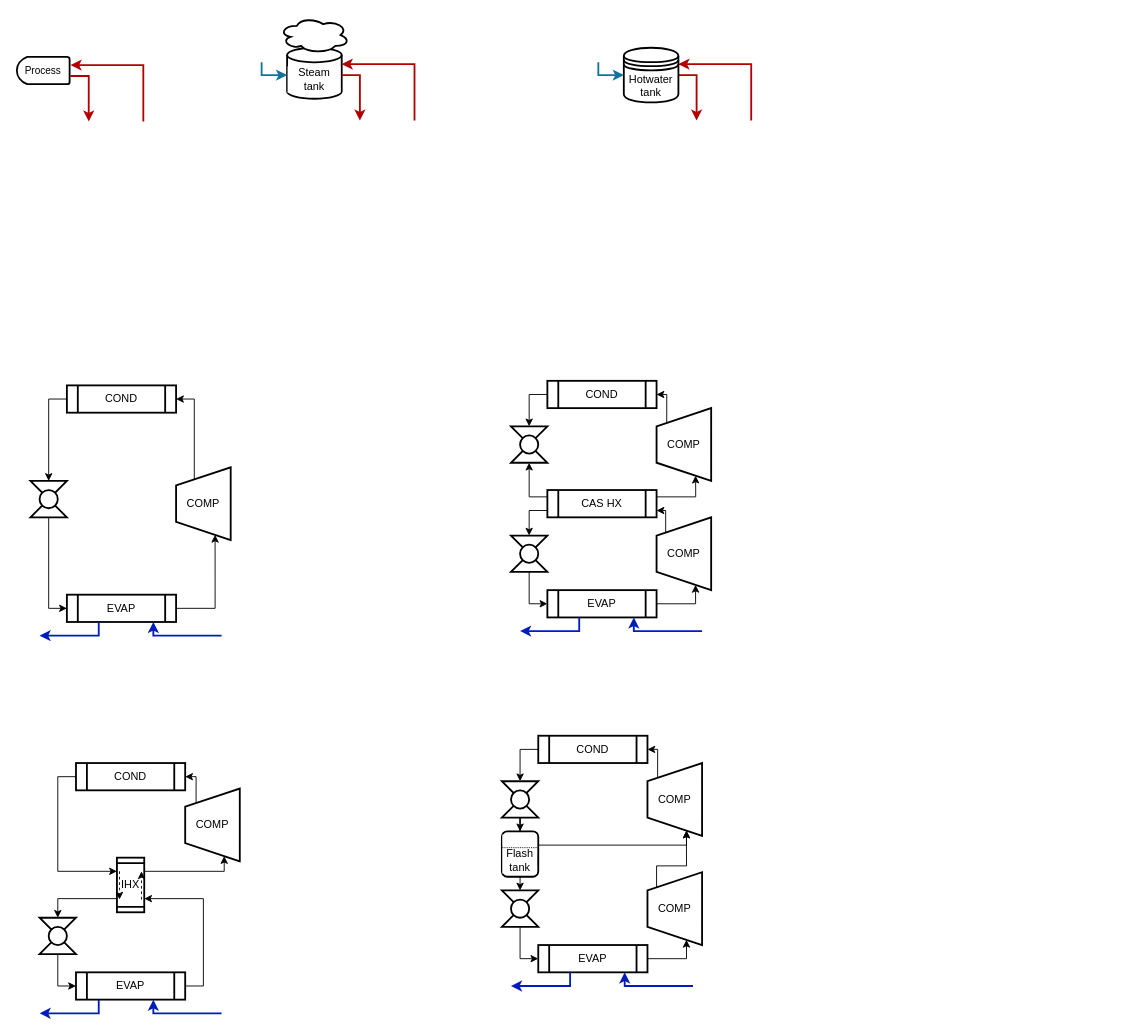
This is Figs/Layout.drawio from bsohplatform/hp_design-level2, a draw.io file, before an edit. Source tidied: cells renumbered, new cells numbered last; positions are measured from the earlier drawing's top-left corner, leaving out a move shared by most shapes. Both pictures are drawn from the tidied source at 91%, with x=0, y=0 at pixel (16, 16).
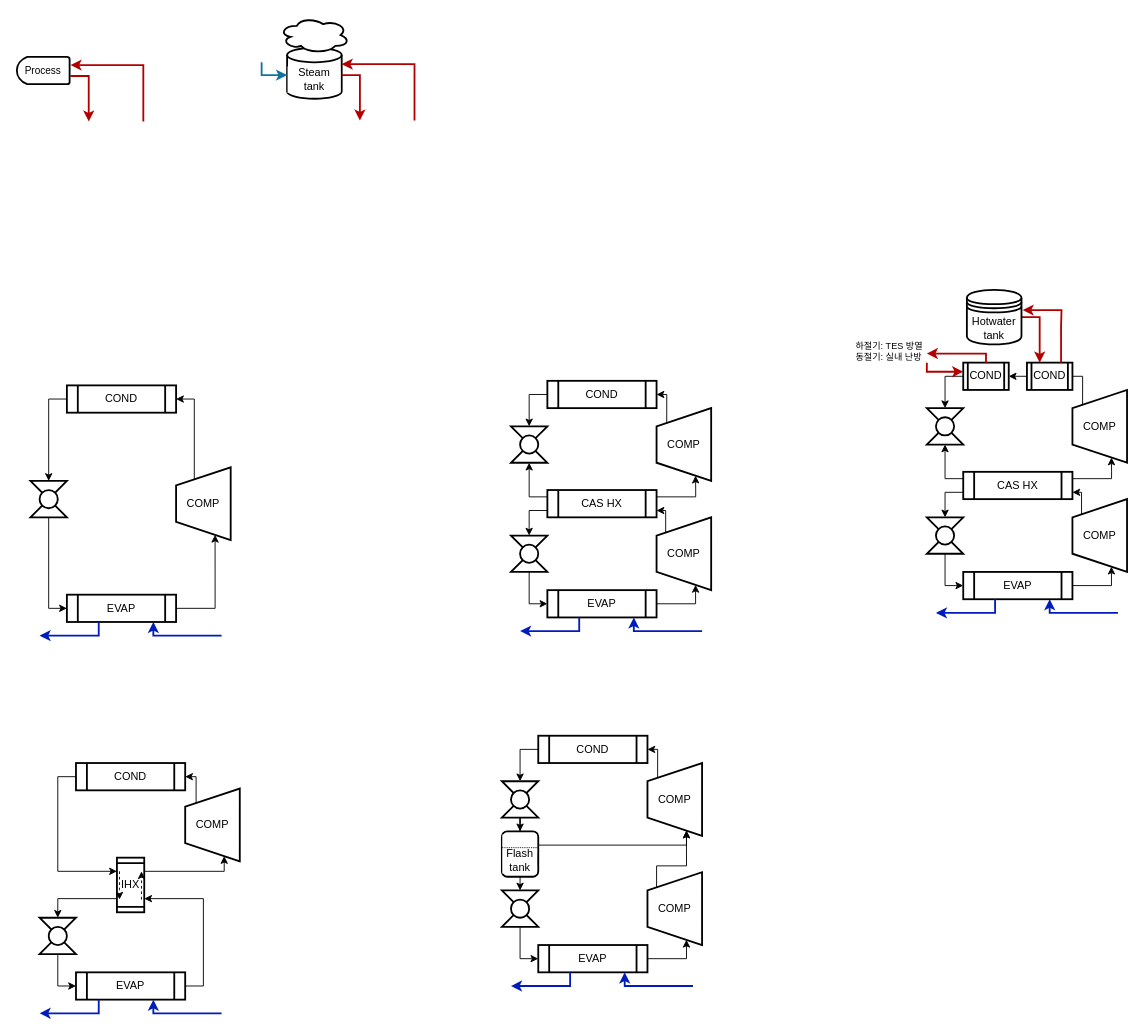
Above is the later version.

Change to the diagram source:
```diff
@@
-    <mxCell id="48" style="edgeStyle=orthogonalEdgeStyle;rounded=0;jettySize=auto;html=1;exitX=0.75;exitY=0;exitDx=0;exitDy=0;entryX=1;entryY=0.3;entryDx=0;entryDy=0;fillColor=#e51400;strokeColor=#B20000;strokeWidth=2;" parent="1" edge="1" target="50">
-      <mxGeometry relative="1" as="geometry">
-        <mxPoint x="807" y="114" as="sourcePoint" />
-        <Array as="points">
-          <mxPoint x="807" y="52" />
-        </Array>
-      </mxGeometry>
-    </mxCell>
     <mxCell id="49" style="edgeStyle=orthogonalEdgeStyle;rounded=0;jettySize=auto;html=1;entryX=0.25;entryY=0;entryDx=0;entryDy=0;fillColor=#e51400;strokeColor=#B20000;strokeWidth=2;" parent="1" edge="1" source="50">
       <mxGeometry relative="1" as="geometry">
-        <mxPoint x="747" y="114" as="targetPoint" />
+        <mxPoint x="1124" y="380" as="targetPoint" />
         <Array as="points">
-          <mxPoint x="747" y="64" />
+          <mxPoint x="1124" y="330" />
         </Array>
       </mxGeometry>
     </mxCell>
     <mxCell id="50" value="Hotwater tank" style="shape=datastore;whiteSpace=wrap;html=1;rounded=0;shadow=0;sketch=0;strokeWidth=2;" parent="1" vertex="1">
-      <mxGeometry x="667" y="34" width="60" height="60" as="geometry" />
+      <mxGeometry x="1044" y="300" width="60" height="60" as="geometry" />
     </mxCell>
-    <mxCell id="51" style="edgeStyle=orthogonalEdgeStyle;rounded=0;jettySize=auto;html=1;entryX=0;entryY=0.5;entryDx=0;entryDy=0;fillColor=#b1ddf0;strokeColor=#10739e;strokeWidth=2;" parent="1" edge="1" target="50">
-      <mxGeometry relative="1" as="geometry">
-        <mxPoint x="639" y="50" as="sourcePoint" />
-        <Array as="points">
-          <mxPoint x="639" y="50" />
-          <mxPoint x="639" y="64" />
-        </Array>
-      </mxGeometry>
-    </mxCell>
@@
+    <mxCell id="82" style="edgeStyle=orthogonalEdgeStyle;rounded=0;jettySize=auto;html=1;exitX=0.799;exitY=0.186;exitDx=0;exitDy=0;exitPerimeter=0;entryX=1;entryY=0.75;entryDx=0;entryDy=0;" parent="1" edge="1" source="83" target="89">
+      <mxGeometry relative="1" as="geometry">
+        <Array as="points">
+          <mxPoint x="1170" y="546" />
+          <mxPoint x="1170" y="523" />
+        </Array>
+      </mxGeometry>
+    </mxCell>
+    <mxCell id="83" value="COMP" style="shape=trapezoid;perimeter=trapezoidPerimeter;whiteSpace=wrap;html=1;fixedSize=1;sketch=0;rounded=0;shadow=0;direction=north;strokeWidth=2;" parent="1" vertex="1">
+      <mxGeometry x="1160" y="530" width="60" height="80" as="geometry" />
+    </mxCell>
+    <mxCell id="84" style="edgeStyle=orthogonalEdgeStyle;rounded=0;jettySize=auto;html=1;entryX=0;entryY=0.75;entryDx=0;entryDy=0;exitX=1;exitY=0.5;exitDx=0;exitDy=0;" parent="1" edge="1" source="85" target="83">
+      <mxGeometry relative="1" as="geometry">
+        <Array as="points">
+          <mxPoint x="1203" y="625" />
+        </Array>
+      </mxGeometry>
+    </mxCell>
+    <mxCell id="85" value="EVAP" style="shape=process;whiteSpace=wrap;html=1;backgroundOutline=1;rounded=0;shadow=0;sketch=0;strokeWidth=2;" parent="1" vertex="1">
+      <mxGeometry x="1040" y="610" width="120" height="30" as="geometry" />
+    </mxCell>
+    <mxCell id="86" style="edgeStyle=orthogonalEdgeStyle;rounded=0;jettySize=auto;html=1;entryX=0.5;entryY=0;entryDx=0;entryDy=0;exitX=0;exitY=0.75;exitDx=0;exitDy=0;" parent="1" edge="1" source="89" target="91">
+      <mxGeometry relative="1" as="geometry" />
+    </mxCell>
+    <mxCell id="87" style="edgeStyle=orthogonalEdgeStyle;rounded=0;jettySize=auto;html=1;entryX=0;entryY=0.75;entryDx=0;entryDy=0;exitX=1;exitY=0.25;exitDx=0;exitDy=0;" parent="1" edge="1" source="89" target="94">
+      <mxGeometry relative="1" as="geometry">
+        <Array as="points">
+          <mxPoint x="1203" y="508" />
+          <mxPoint x="1203" y="500" />
+        </Array>
+      </mxGeometry>
+    </mxCell>
+    <mxCell id="88" style="edgeStyle=orthogonalEdgeStyle;rounded=0;jettySize=auto;html=1;entryX=0.5;entryY=1;entryDx=0;entryDy=0;exitX=0;exitY=0.25;exitDx=0;exitDy=0;" parent="1" edge="1" source="89" target="97">
+      <mxGeometry relative="1" as="geometry" />
+    </mxCell>
+    <mxCell id="89" value="CAS HX" style="shape=process;whiteSpace=wrap;html=1;backgroundOutline=1;rounded=0;shadow=0;sketch=0;strokeWidth=2;" parent="1" vertex="1">
+      <mxGeometry x="1040" y="500" width="120" height="30" as="geometry" />
+    </mxCell>
+    <mxCell id="90" style="edgeStyle=orthogonalEdgeStyle;rounded=0;jettySize=auto;html=1;entryX=0;entryY=0.5;entryDx=0;entryDy=0;" parent="1" edge="1" source="91" target="85">
+      <mxGeometry relative="1" as="geometry" />
+    </mxCell>
+    <mxCell id="91" style="shape=collate;whiteSpace=wrap;html=1;rounded=0;shadow=0;sketch=0;strokeWidth=2;" parent="1" vertex="1">
+      <mxGeometry x="1000" y="550" width="40" height="40" as="geometry" />
+    </mxCell>
+    <mxCell id="92" style="ellipse;whiteSpace=wrap;html=1;rounded=0;shadow=0;sketch=0;strokeWidth=2;" parent="1" vertex="1">
+      <mxGeometry x="1010" y="560" width="20" height="20" as="geometry" />
+    </mxCell>
+    <mxCell id="93" style="edgeStyle=orthogonalEdgeStyle;rounded=0;jettySize=auto;html=1;exitX=0.799;exitY=0.186;exitDx=0;exitDy=0;entryX=1;entryY=0.5;entryDx=0;entryDy=0;exitPerimeter=0;" parent="1" edge="1" source="94" target="96">
+      <mxGeometry relative="1" as="geometry">
+        <Array as="points">
+          <mxPoint x="1171" y="395" />
+        </Array>
+      </mxGeometry>
+    </mxCell>
+    <mxCell id="94" value="COMP" style="shape=trapezoid;perimeter=trapezoidPerimeter;whiteSpace=wrap;html=1;fixedSize=1;sketch=0;rounded=0;shadow=0;direction=north;strokeWidth=2;" parent="1" vertex="1">
+      <mxGeometry x="1160" y="410" width="60" height="80" as="geometry" />
+    </mxCell>
+    <mxCell id="95" style="edgeStyle=orthogonalEdgeStyle;rounded=0;jettySize=auto;html=1;entryX=0.5;entryY=0;entryDx=0;entryDy=0;exitX=0;exitY=0.5;exitDx=0;exitDy=0;" parent="1" edge="1" source="96" target="97">
+      <mxGeometry relative="1" as="geometry" />
+    </mxCell>
+    <mxCell id="96" value="COND" style="shape=process;whiteSpace=wrap;html=1;backgroundOutline=1;rounded=0;shadow=0;sketch=0;strokeWidth=2;" parent="1" vertex="1">
+      <mxGeometry x="1040" y="380" width="50" height="30" as="geometry" />
+    </mxCell>
+    <mxCell id="97" style="shape=collate;whiteSpace=wrap;html=1;rounded=0;shadow=0;sketch=0;strokeWidth=2;" parent="1" vertex="1">
+      <mxGeometry x="1000" y="430" width="40" height="40" as="geometry" />
+    </mxCell>
+    <mxCell id="98" style="ellipse;whiteSpace=wrap;html=1;rounded=0;shadow=0;sketch=0;strokeWidth=2;" parent="1" vertex="1">
+      <mxGeometry x="1010" y="440" width="20" height="20" as="geometry" />
+    </mxCell>
+    <mxCell id="99" style="edgeStyle=segmentEdgeStyle;endArrow=classic;html=1;rounded=0;entryX=0.75;entryY=1;entryDx=0;entryDy=0;strokeWidth=2;fillColor=#0050ef;strokeColor=#001DBC;" parent="1" edge="1">
+      <mxGeometry relative="1" as="geometry">
+        <mxPoint x="1210" y="655" as="sourcePoint" />
+        <mxPoint x="1135" y="640" as="targetPoint" />
+      </mxGeometry>
+    </mxCell>
+    <mxCell id="100" style="edgeStyle=segmentEdgeStyle;endArrow=classic;html=1;rounded=0;exitX=0.25;exitY=1;exitDx=0;exitDy=0;strokeWidth=2;fillColor=#0050ef;strokeColor=#001DBC;" parent="1" edge="1">
+      <mxGeometry relative="1" as="geometry">
+        <mxPoint x="1075" y="640" as="sourcePoint" />
+        <mxPoint x="1010" y="655" as="targetPoint" />
+        <Array as="points">
+          <mxPoint x="1075" y="655" />
+        </Array>
+      </mxGeometry>
+    </mxCell>
+    <mxCell id="101" value="COND" style="shape=process;whiteSpace=wrap;html=1;backgroundOutline=1;rounded=0;shadow=0;sketch=0;strokeWidth=2;" parent="1" vertex="1">
+      <mxGeometry x="1110" y="380" width="50" height="30" as="geometry" />
+    </mxCell>
+    <mxCell id="102" style="edgeStyle=orthogonalEdgeStyle;rounded=0;jettySize=auto;html=1;entryX=1.021;entryY=0.371;entryDx=0;entryDy=0;fillColor=#e51400;strokeColor=#B20000;strokeWidth=2;entryPerimeter=0;exitX=0.75;exitY=0;exitDx=0;exitDy=0;" parent="1" edge="1" source="101" target="50">
+      <mxGeometry relative="1" as="geometry">
+        <Array as="points">
+          <mxPoint x="1148" y="340" />
+          <mxPoint x="1148" y="340" />
+          <mxPoint x="1148" y="322" />
+        </Array>
+      </mxGeometry>
+    </mxCell>
+    <mxCell id="103" value="&lt;span style=&quot;font-size: 10px;&quot;&gt;하절기: TES 방열&lt;br style=&quot;font-size: 10px;&quot;&gt;동절기: 실내 난방&lt;br style=&quot;font-size: 10px;&quot;&gt;&lt;/span&gt;" style="text;whiteSpace=wrap;html=1;fontSize=10;fontFamily=Helvetica;fontColor=default;" parent="1" vertex="1">
+      <mxGeometry x="920" y="350" width="90" height="40" as="geometry" />
+    </mxCell>
+    <mxCell id="104" style="edgeStyle=orthogonalEdgeStyle;rounded=0;orthogonalLoop=1;jettySize=auto;html=1;fillColor=#e51400;strokeColor=#B20000;strokeWidth=2;" parent="1" edge="1">
+      <mxGeometry relative="1" as="geometry">
+        <mxPoint x="1000" y="380" as="sourcePoint" />
+        <mxPoint x="1040" y="390" as="targetPoint" />
+        <Array as="points">
+          <mxPoint x="1000" y="380" />
+          <mxPoint x="1000" y="390" />
+        </Array>
+      </mxGeometry>
+    </mxCell>
+    <mxCell id="105" style="edgeStyle=orthogonalEdgeStyle;rounded=0;jettySize=auto;html=1;fillColor=#e51400;strokeColor=#B20000;strokeWidth=2;exitX=0.5;exitY=0;exitDx=0;exitDy=0;" parent="1" edge="1" source="96">
+      <mxGeometry relative="1" as="geometry">
+        <mxPoint x="1000" y="370" as="targetPoint" />
+        <Array as="points">
+          <mxPoint x="1065" y="370" />
+        </Array>
+      </mxGeometry>
+    </mxCell>
```
